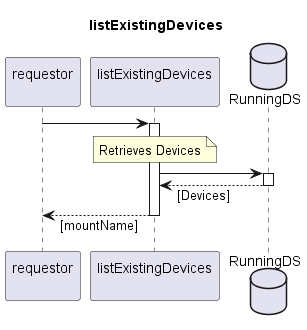
Before: spec/Services/listExistingDevices/1.0.0/listExistingDevices.png, a diagram exported from PlantUML (openBackhaul/FirmWareManager).
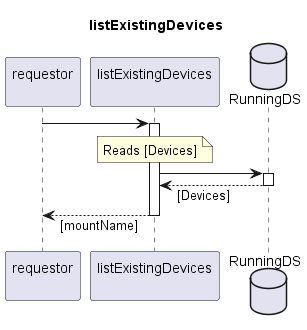
After the change.

The edit, as a diff of the source:
```diff
@@ -13,7 +13,7 @@
 activate indServ
 
   note over indServ
-    Retrieves Devices
+    Reads [Devices]
   end note
   indServ -> RunDS
   activate RunDS
```
